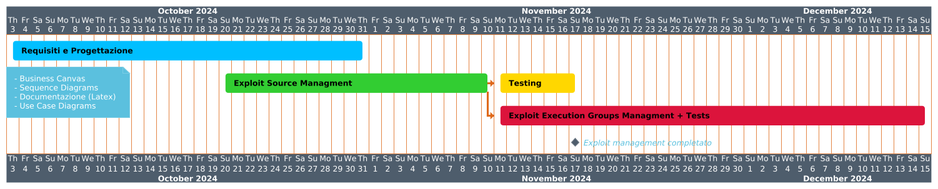
Before: docs/scheduling.png, a diagram exported from PlantUML (BunkyoWesterns/BunkyoFarm). Its source is kept beside it as docs/scheduling.puml.
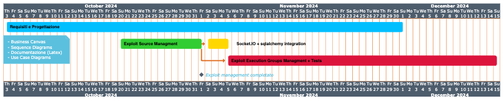
Above is the later version.

Commit message:
docs: update + skip double event on exploit timeouted

Diff of the diagram source:
```diff
@@ -14,7 +14,7 @@
 
 Project starts the 3rd of october 2024 and ends the 20th of december 2024
 
-[    Requisiti e Progettazione] as [TASK1] starts 2024-10-03 and ends 2024-10-31
+[    Requisiti e Progettazione] as [TASK1] starts 2024-10-03 and ends 2024-11-31
 note bottom
   - Business Canvas
   - Sequence Diagrams
@@ -23,18 +23,18 @@
 end note
 [TASK1] is colored in DeepSkyBlue
 
-[    Exploit Source Managment] as [TASK2] starts 2024-10-20 and ends 2024-11-10
+[    Exploit Source Managment] as [TASK2] starts 2024-10-20 and ends 2024-11-01
 [TASK2] is colored in LimeGreen
-[    Testing] as [TASK2-TEST] requires 7 days
-[TASK2-TEST] is colored in Gold
-[TASK2]->[TASK2-TEST]
-
-[    Exploit Execution Groups Managment + Tests] as [TASK3] starts 2024-11-10 and ends 2024-12-15
-[TASK3] is colored in Crimson
+[    Socket.IO + sqlalchemy integration] as [TASK3] starts 2024-10-31 and ends 2024-11-05
+[TASK3] is colored in Gold
 [TASK2]->[TASK3]
 
-[Exploit management completato] as [M1] happens at [TASK2-TEST]'s end
+[    Exploit Execution Groups Managment + Tests] as [TASK4] starts 2024-11-05 and ends 2024-12-15
+[TASK4] is colored in Crimson
+[TASK2]->[TASK4]
 
-[TASK2-TEST] displays on same row as [TASK2]
+[Exploit management completato] as [M1] happens at [TASK2]'s end
+
+[TASK3] displays on same row as [TASK2]
 
 @endgantt
```
